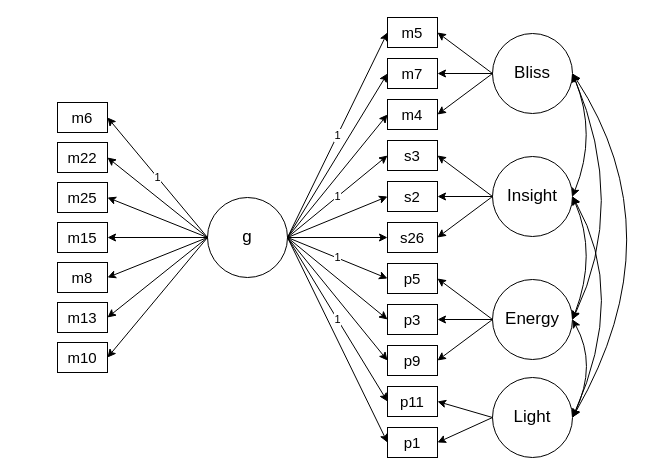
The draw.io diagram documents/HC_S-1_Bifactor.drawio in emergingsciences/discover, before the edit. Source tidied: cells renumbered, new cells numbered last; positions are measured from the earlier drawing's top-left corner, leaving out a move shared by most shapes. Both pictures are drawn from the tidied source at 100%, with x=0, y=0 at pixel (57, 17).
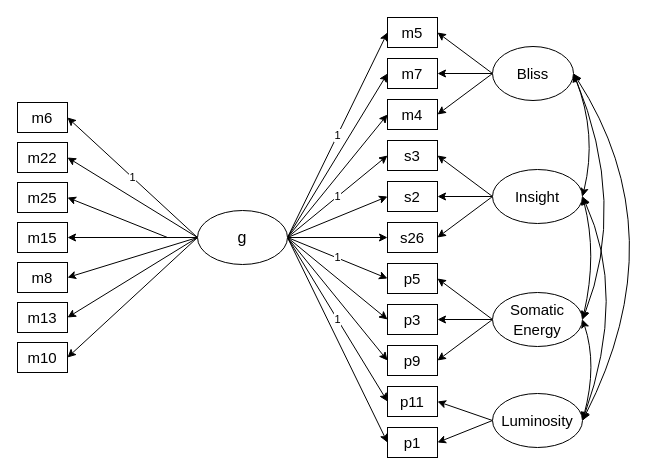
The same diagram, later.

Unchanged cells that the change refers to:
```xml
<mxCell id="10" value="m4" style="rounded=0;whiteSpace=wrap;html=1;fontSize=15;" parent="1" vertex="1">
  <mxGeometry x="330" y="82" width="50" height="30" as="geometry" />
</mxCell>
<mxCell id="34" value="p5" style="rounded=0;whiteSpace=wrap;html=1;fontSize=15;" parent="1" vertex="1">
  <mxGeometry x="330" y="246" width="50" height="30" as="geometry" />
</mxCell>
<mxCell id="35" value="p3" style="rounded=0;whiteSpace=wrap;html=1;fontSize=15;" parent="1" vertex="1">
  <mxGeometry x="330" y="287" width="50" height="30" as="geometry" />
</mxCell>
<mxCell id="36" value="p9" style="rounded=0;whiteSpace=wrap;html=1;fontSize=15;" parent="1" vertex="1">
  <mxGeometry x="330" y="328" width="50" height="30" as="geometry" />
</mxCell>
<mxCell id="39" value="p11" style="rounded=0;whiteSpace=wrap;html=1;fontSize=15;" parent="1" vertex="1">
  <mxGeometry x="330" y="369" width="50" height="30" as="geometry" />
</mxCell>
<mxCell id="40" value="p1" style="rounded=0;whiteSpace=wrap;html=1;fontSize=15;" parent="1" vertex="1">
  <mxGeometry x="330" y="410" width="50" height="30" as="geometry" />
</mxCell>
```

The edit, as a diff of the source:
```diff
@@
     <mxCell id="2" value="m6" style="rounded=0;whiteSpace=wrap;html=1;fontSize=15;" parent="1" vertex="1">
-      <mxGeometry y="85" width="50" height="30" as="geometry" />
+      <mxGeometry x="-40" y="85" width="50" height="30" as="geometry" />
     </mxCell>
     <mxCell id="3" value="m22" style="rounded=0;whiteSpace=wrap;html=1;fontSize=15;" parent="1" vertex="1">
-      <mxGeometry y="125" width="50" height="30" as="geometry" />
+      <mxGeometry x="-40" y="125" width="50" height="30" as="geometry" />
     </mxCell>
     <mxCell id="4" value="m25" style="rounded=0;whiteSpace=wrap;html=1;fontSize=15;" parent="1" vertex="1">
-      <mxGeometry y="165" width="50" height="30" as="geometry" />
+      <mxGeometry x="-40" y="165" width="50" height="30" as="geometry" />
     </mxCell>
     <mxCell id="5" value="m15" style="rounded=0;whiteSpace=wrap;html=1;fontSize=15;" parent="1" vertex="1">
-      <mxGeometry y="205" width="50" height="30" as="geometry" />
+      <mxGeometry x="-40" y="205" width="50" height="30" as="geometry" />
     </mxCell>
     <mxCell id="6" value="m8" style="rounded=0;whiteSpace=wrap;html=1;fontSize=15;" parent="1" vertex="1">
-      <mxGeometry y="245" width="50" height="30" as="geometry" />
+      <mxGeometry x="-40" y="245" width="50" height="30" as="geometry" />
     </mxCell>
-    <mxCell id="7" value="&lt;div style=&quot;font-size: 17px;&quot;&gt;&lt;span style=&quot;font-size: 17px;&quot;&gt;g&lt;/span&gt;&lt;/div&gt;" style="ellipse;whiteSpace=wrap;html=1;fontSize=17;" parent="1" vertex="1">
-      <mxGeometry x="150" y="180" width="80" height="80" as="geometry" />
-    </mxCell>
@@
-    <mxCell id="14" value="Bliss" style="ellipse;whiteSpace=wrap;html=1;fontSize=17;" parent="1" vertex="1">
-      <mxGeometry x="435" y="16" width="80" height="80" as="geometry" />
-    </mxCell>
-    <mxCell id="15" value="Insight" style="ellipse;whiteSpace=wrap;html=1;fontSize=17;" parent="1" vertex="1">
-      <mxGeometry x="435" y="139" width="80" height="80" as="geometry" />
-    </mxCell>
@@
-    <mxCell id="18" style="endArrow=classic;html=1;rounded=0;entryX=1;entryY=0.5;entryDx=0;entryDy=0;exitX=0;exitY=0.5;exitDx=0;exitDy=0;" parent="1" edge="1" source="7" target="4">
-      <mxGeometry relative="1" as="geometry" />
+    <mxCell id="18" style="endArrow=classic;html=1;rounded=0;entryX=1;entryY=0.5;entryDx=0;entryDy=0;exitX=0;exitY=0.5;exitDx=0;exitDy=0;" parent="1" edge="1" target="4">
+      <mxGeometry relative="1" as="geometry">
+        <mxPoint x="110" y="220" as="sourcePoint" />
+      </mxGeometry>
     </mxCell>
@@
-    <mxCell id="22" value="Energy" style="ellipse;whiteSpace=wrap;html=1;fontSize=17;" parent="1" vertex="1">
-      <mxGeometry x="435" y="262" width="80" height="80" as="geometry" />
-    </mxCell>
-    <mxCell id="23" value="Light" style="ellipse;whiteSpace=wrap;html=1;fontSize=17;" parent="1" vertex="1">
-      <mxGeometry x="435" y="360" width="80" height="80" as="geometry" />
-    </mxCell>
@@
-    <mxCell id="30" style="endArrow=classic;html=1;rounded=0;exitX=0;exitY=0.5;exitDx=0;exitDy=0;entryX=1;entryY=0.5;entryDx=0;entryDy=0;" parent="1" edge="1" source="14" target="10">
+    <mxCell id="30" style="endArrow=classic;html=1;rounded=0;entryX=1;entryY=0.5;entryDx=0;entryDy=0;exitX=0;exitY=0.5;exitDx=0;exitDy=0;" parent="1" edge="1" source="14" target="10">
       <mxGeometry relative="1" as="geometry" />
     </mxCell>
@@
-    <mxCell id="38" style="endArrow=classic;html=1;rounded=0;entryX=1;entryY=0.5;entryDx=0;entryDy=0;exitX=0;exitY=0.5;exitDx=0;exitDy=0;" parent="1" edge="1" source="22" target="36">
+    <mxCell id="38" style="endArrow=classic;html=1;rounded=0;entryX=1;entryY=0.5;entryDx=0;entryDy=0;exitX=0;exitY=0.5;exitDx=0;exitDy=0;" parent="1" edge="1" source="60" target="36">
       <mxGeometry relative="1" as="geometry" />
     </mxCell>
@@
-    <mxCell id="41" style="endArrow=classic;html=1;rounded=0;entryX=1;entryY=0.5;entryDx=0;entryDy=0;exitX=0;exitY=0.5;exitDx=0;exitDy=0;" parent="1" edge="1" source="22" target="35">
+    <mxCell id="41" style="endArrow=classic;html=1;rounded=0;entryX=1;entryY=0.5;entryDx=0;entryDy=0;exitX=0;exitY=0.5;exitDx=0;exitDy=0;" parent="1" edge="1" source="60" target="35">
       <mxGeometry relative="1" as="geometry" />
     </mxCell>
-    <mxCell id="42" style="endArrow=classic;html=1;rounded=0;entryX=1;entryY=0.5;entryDx=0;entryDy=0;exitX=0;exitY=0.5;exitDx=0;exitDy=0;" parent="1" edge="1" source="23" target="39">
+    <mxCell id="42" style="endArrow=classic;html=1;rounded=0;entryX=1;entryY=0.5;entryDx=0;entryDy=0;exitX=0;exitY=0.5;exitDx=0;exitDy=0;" parent="1" edge="1" source="61" target="39">
       <mxGeometry relative="1" as="geometry" />
     </mxCell>
-    <mxCell id="43" style="endArrow=classic;html=1;rounded=0;entryX=1;entryY=0.5;entryDx=0;entryDy=0;exitX=0;exitY=0.5;exitDx=0;exitDy=0;" parent="1" edge="1" source="23" target="40">
+    <mxCell id="43" style="endArrow=classic;html=1;rounded=0;entryX=1;entryY=0.5;entryDx=0;entryDy=0;exitX=0;exitY=0.5;exitDx=0;exitDy=0;" parent="1" edge="1" source="61" target="40">
       <mxGeometry relative="1" as="geometry" />
     </mxCell>
     <mxCell id="44" value="m13" style="rounded=0;whiteSpace=wrap;html=1;fontSize=15;" parent="1" vertex="1">
-      <mxGeometry y="285" width="50" height="30" as="geometry" />
+      <mxGeometry x="-40" y="285" width="50" height="30" as="geometry" />
     </mxCell>
     <mxCell id="45" value="m10" style="rounded=0;whiteSpace=wrap;html=1;fontSize=15;" parent="1" vertex="1">
-      <mxGeometry y="325" width="50" height="30" as="geometry" />
+      <mxGeometry x="-40" y="325" width="50" height="30" as="geometry" />
     </mxCell>
@@
-    <mxCell id="53" style="endArrow=classic;html=1;rounded=0;entryX=1;entryY=0.5;entryDx=0;entryDy=0;exitX=0;exitY=0.5;exitDx=0;exitDy=0;" parent="1" edge="1" source="22" target="34">
+    <mxCell id="53" style="endArrow=classic;html=1;rounded=0;entryX=1;entryY=0.5;entryDx=0;entryDy=0;exitX=0;exitY=0.5;exitDx=0;exitDy=0;" parent="1" edge="1" source="60" target="34">
       <mxGeometry relative="1" as="geometry" />
     </mxCell>
@@
-    <mxCell id="55" style="endArrow=classic;startArrow=classic;html=1;rounded=0;entryX=1;entryY=0.5;entryDx=0;entryDy=0;exitX=1;exitY=0.5;exitDx=0;exitDy=0;curved=1;" parent="1" edge="1" source="22" target="15">
+    <mxCell id="55" style="endArrow=classic;startArrow=classic;html=1;rounded=0;entryX=1;entryY=0.5;entryDx=0;entryDy=0;exitX=1;exitY=0.5;exitDx=0;exitDy=0;curved=1;" parent="1" edge="1" source="60" target="15">
       <mxGeometry relative="1" as="geometry">
         <Array as="points">
           <mxPoint x="540" y="237" />
         </Array>
       </mxGeometry>
     </mxCell>
-    <mxCell id="56" style="endArrow=classic;startArrow=classic;html=1;rounded=0;entryX=1;entryY=0.5;entryDx=0;entryDy=0;exitX=1;exitY=0.5;exitDx=0;exitDy=0;curved=1;" parent="1" edge="1" source="23" target="22">
+    <mxCell id="56" style="endArrow=classic;startArrow=classic;html=1;rounded=0;entryX=1;entryY=0.5;entryDx=0;entryDy=0;exitX=1;exitY=0.5;exitDx=0;exitDy=0;curved=1;" parent="1" edge="1" source="61" target="60">
       <mxGeometry relative="1" as="geometry">
         <Array as="points">
           <mxPoint x="540" y="347" />
         </Array>
       </mxGeometry>
     </mxCell>
-    <mxCell id="57" style="endArrow=classic;startArrow=classic;html=1;rounded=0;entryX=1;entryY=0.5;entryDx=0;entryDy=0;exitX=1;exitY=0.5;exitDx=0;exitDy=0;curved=1;" parent="1" edge="1" source="22" target="14">
+    <mxCell id="57" style="endArrow=classic;startArrow=classic;html=1;rounded=0;entryX=1;entryY=0.5;entryDx=0;entryDy=0;exitX=1;exitY=0.5;exitDx=0;exitDy=0;curved=1;" parent="1" edge="1" source="60" target="14">
       <mxGeometry relative="1" as="geometry">
         <Array as="points">
           <mxPoint x="570" y="187" />
         </Array>
       </mxGeometry>
     </mxCell>
-    <mxCell id="58" style="endArrow=classic;startArrow=classic;html=1;rounded=0;entryX=1;entryY=0.5;entryDx=0;entryDy=0;exitX=1;exitY=0.5;exitDx=0;exitDy=0;curved=1;" parent="1" edge="1" source="23" target="14">
+    <mxCell id="58" style="endArrow=classic;startArrow=classic;html=1;rounded=0;entryX=1;entryY=0.5;entryDx=0;entryDy=0;exitX=1;exitY=0.5;exitDx=0;exitDy=0;curved=1;" parent="1" edge="1" source="61" target="14">
       <mxGeometry relative="1" as="geometry">
         <Array as="points">
           <mxPoint x="620" y="217" />
         </Array>
       </mxGeometry>
     </mxCell>
-    <mxCell id="59" style="endArrow=classic;startArrow=classic;html=1;rounded=0;entryX=1;entryY=0.5;entryDx=0;entryDy=0;exitX=1;exitY=0.5;exitDx=0;exitDy=0;curved=1;" parent="1" edge="1" source="23" target="15">
+    <mxCell id="59" style="endArrow=classic;startArrow=classic;html=1;rounded=0;entryX=1;entryY=0.5;entryDx=0;entryDy=0;exitX=1;exitY=0.5;exitDx=0;exitDy=0;curved=1;" parent="1" edge="1" source="61" target="15">
       <mxGeometry relative="1" as="geometry">
         <Array as="points">
           <mxPoint x="570" y="277" />
         </Array>
       </mxGeometry>
     </mxCell>
+    <mxCell id="7" value="&lt;font style=&quot;font-size: 16px;&quot;&gt;g&lt;/font&gt;" style="ellipse;whiteSpace=wrap;html=1;" parent="1" vertex="1">
+      <mxGeometry x="140" y="193" width="90" height="54" as="geometry" />
+    </mxCell>
+    <mxCell id="14" value="&lt;font style=&quot;font-size: 15px;&quot;&gt;Bliss&lt;/font&gt;" style="ellipse;whiteSpace=wrap;html=1;fontSize=16;" parent="1" vertex="1">
+      <mxGeometry x="435" y="29" width="81" height="54" as="geometry" />
+    </mxCell>
+    <mxCell id="15" value="&lt;font style=&quot;font-size: 15px;&quot;&gt;Insight&lt;/font&gt;" style="ellipse;whiteSpace=wrap;html=1;fontSize=16;" parent="1" vertex="1">
+      <mxGeometry x="435" y="152" width="90" height="54" as="geometry" />
+    </mxCell>
+    <mxCell id="60" value="&lt;font style=&quot;font-size: 15px;&quot;&gt;Somatic Energy&lt;/font&gt;" style="ellipse;whiteSpace=wrap;html=1;fontSize=16;" parent="1" vertex="1">
+      <mxGeometry x="435" y="275" width="90" height="54" as="geometry" />
+    </mxCell>
+    <mxCell id="61" value="&lt;font style=&quot;font-size: 15px;&quot;&gt;Luminosity&lt;/font&gt;" style="ellipse;whiteSpace=wrap;html=1;fontSize=16;" parent="1" vertex="1">
+      <mxGeometry x="435" y="376" width="90" height="54" as="geometry" />
+    </mxCell>
```
